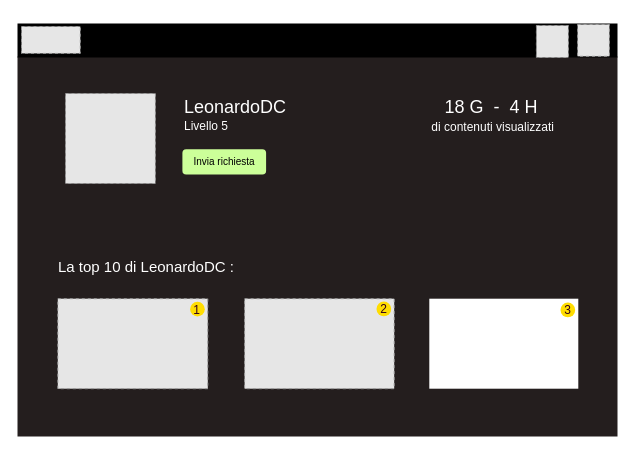
The draw.io diagram PaginaUtente.drawio in Organizzazione-IngSoftware/D1Mockup, before the edit. Source tidied: cells renumbered, new cells numbered last; positions are measured from the earlier drawing's top-left corner, leaving out a move shared by most shapes. Both pictures are drawn from the tidied source at 100%, with x=0, y=0 at pixel (17, 23). Pictures stored in the file or linked from it are replaced by grey dashed boxes.
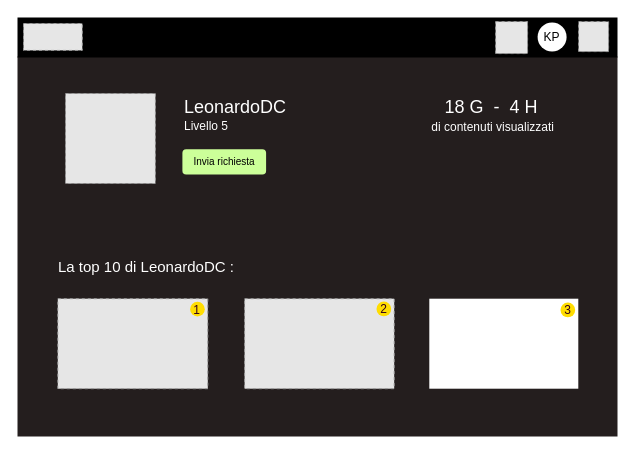
Above is the later version.

Commit message:
Commit di fix del venerdì pomeriggio

What changed in the source:
```diff
@@
-    <mxCell id="21" style="rounded=0;whiteSpace=wrap;html=1;fillColor=#000000;strokeColor=none;" parent="1" vertex="1">
-      <mxGeometry width="600" height="34" as="geometry" />
-    </mxCell>
-    <mxCell id="22" style="fillColor=#E6E6E6;strokeColor=#999999;dashed=1;verticalLabelPosition=bottom;labelBackgroundColor=default;verticalAlign=top;" parent="1" vertex="1">
-      <mxGeometry x="560.1" y="1" width="31.8" height="31.8" as="geometry" />
-    </mxCell>
-    <mxCell id="23" style="fillColor=#E6E6E6;strokeColor=#999999;dashed=1;verticalLabelPosition=bottom;labelBackgroundColor=default;verticalAlign=top;" parent="1" vertex="1">
-      <mxGeometry x="518.9" y="2" width="32" height="32" as="geometry" />
-    </mxCell>
-    <mxCell id="24" style="fillColor=#E6E6E6;strokeColor=#999999;dashed=1;verticalLabelPosition=bottom;labelBackgroundColor=default;verticalAlign=top;" parent="1" vertex="1">
-      <mxGeometry x="4" y="3" width="58.8" height="26.9" as="geometry" />
-    </mxCell>
+    <mxCell id="25" style="rounded=0;whiteSpace=wrap;html=1;fillColor=#000000;strokeColor=none;" parent="1" vertex="1">
+      <mxGeometry y="-6" width="600" height="40" as="geometry" />
+    </mxCell>
+    <mxCell id="26" style="fillColor=#E6E6E6;strokeColor=#999999;dashed=1;verticalLabelPosition=bottom;labelBackgroundColor=default;verticalAlign=top;" parent="1" vertex="1">
+      <mxGeometry x="6" width="58.8" height="26.9" as="geometry" />
+    </mxCell>
+    <mxCell id="27" style="fillColor=#E6E6E6;strokeColor=#999999;dashed=1;verticalLabelPosition=bottom;labelBackgroundColor=default;verticalAlign=top;" parent="1" vertex="1">
+      <mxGeometry x="561.1" y="-1.9" width="30" height="30" as="geometry" />
+    </mxCell>
+    <mxCell id="28" value="KP" style="ellipse;whiteSpace=wrap;html=1;strokeColor=none;" parent="1" vertex="1">
+      <mxGeometry x="520.1" y="-1" width="29" height="29" as="geometry" />
+    </mxCell>
+    <mxCell id="29" style="fillColor=#E6E6E6;strokeColor=#999999;dashed=1;verticalLabelPosition=bottom;labelBackgroundColor=default;verticalAlign=top;" parent="1" vertex="1">
+      <mxGeometry x="478.1" y="-1.9" width="32" height="32" as="geometry" />
+    </mxCell>
```
